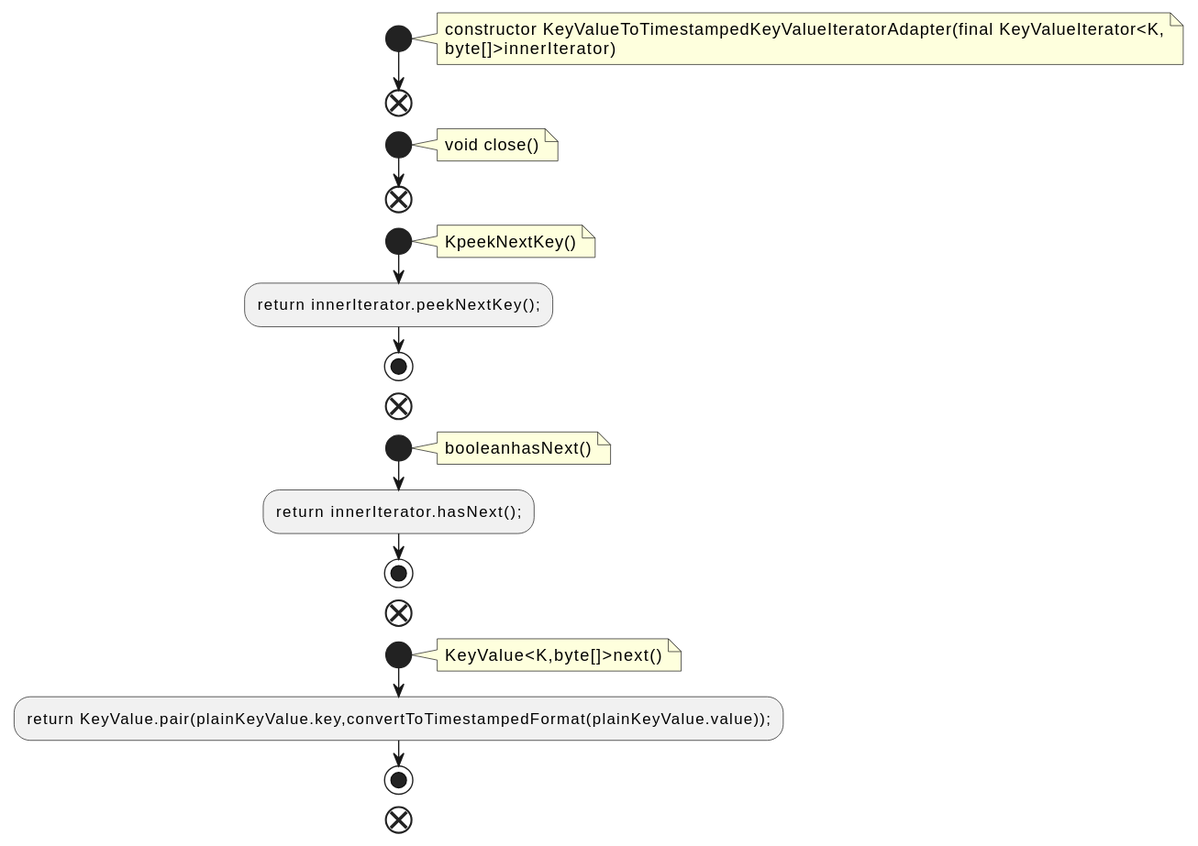
qualitesys/kafka keeps this PlantUML diagram as docs/qc/streams/src/main/java/org/apache/kafka/streams/state/internals/KeyValueToTimestampedKeyValueIteratorAdapter.java.fct.svg. Above is the earlier version.
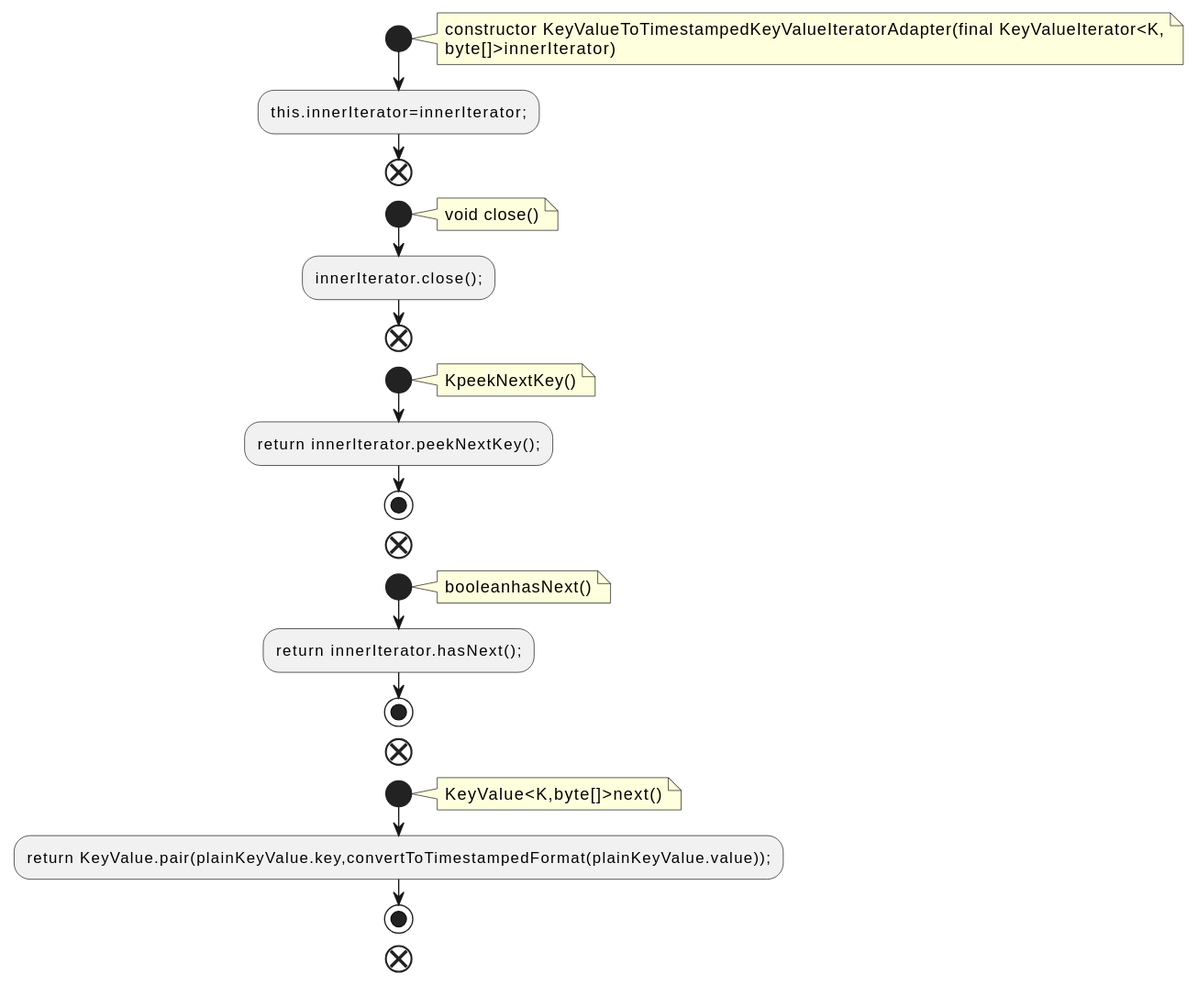
The same file after the commit.

What changed in the source:
```diff
@@ -5,11 +5,13 @@
 constructor KeyValueToTimestampedKeyValueIteratorAdapter(final KeyValueIterator<K,
 byte[]>innerIterator)
 end note
+:this.innerIterator=innerIterator;;
 end
 start
 note right
 void close()
 end note
+:innerIterator.close();;
 end
 start
 note right
```
